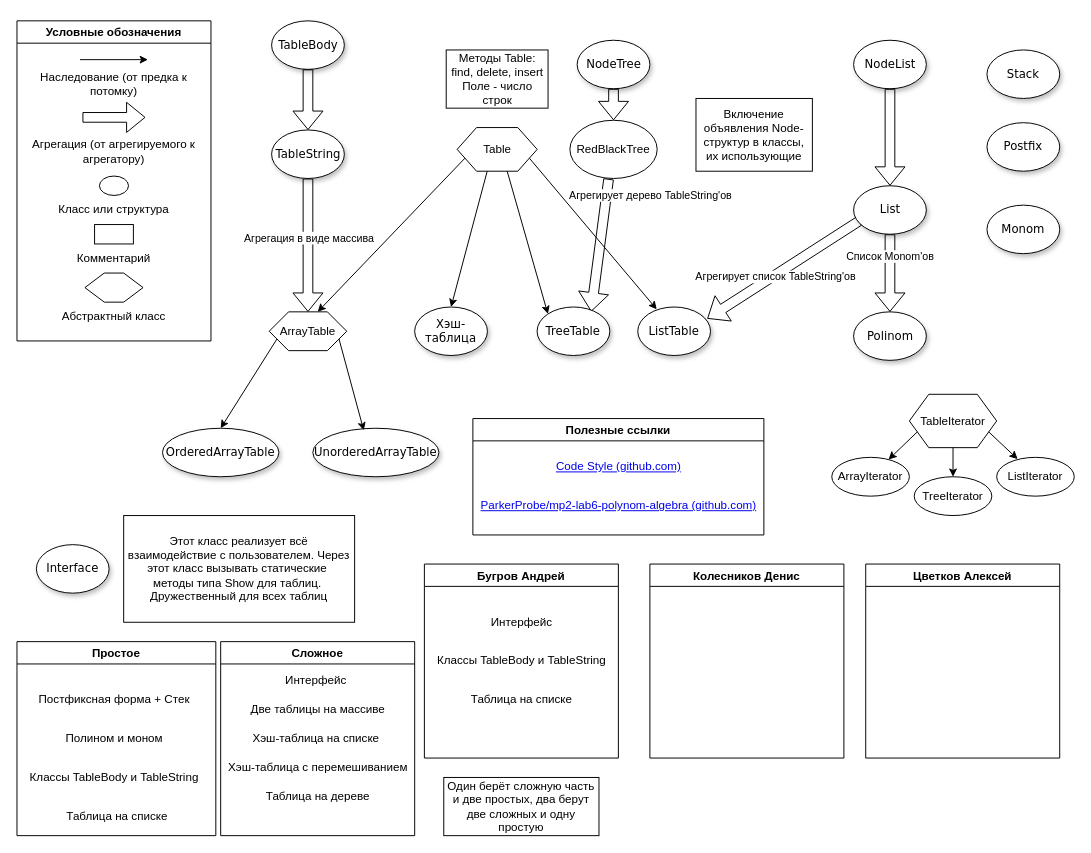
Before: Class_Diagram.drawio in ParkerProbe/mp2-lab6-polynom-algebra, a draw.io diagram. Source tidied: cells renumbered, new cells numbered last; positions are measured from the earlier drawing's top-left corner, leaving out a move shared by most shapes. Both pictures are drawn from the tidied source at 97%, with x=0, y=0 at pixel (16, 20).
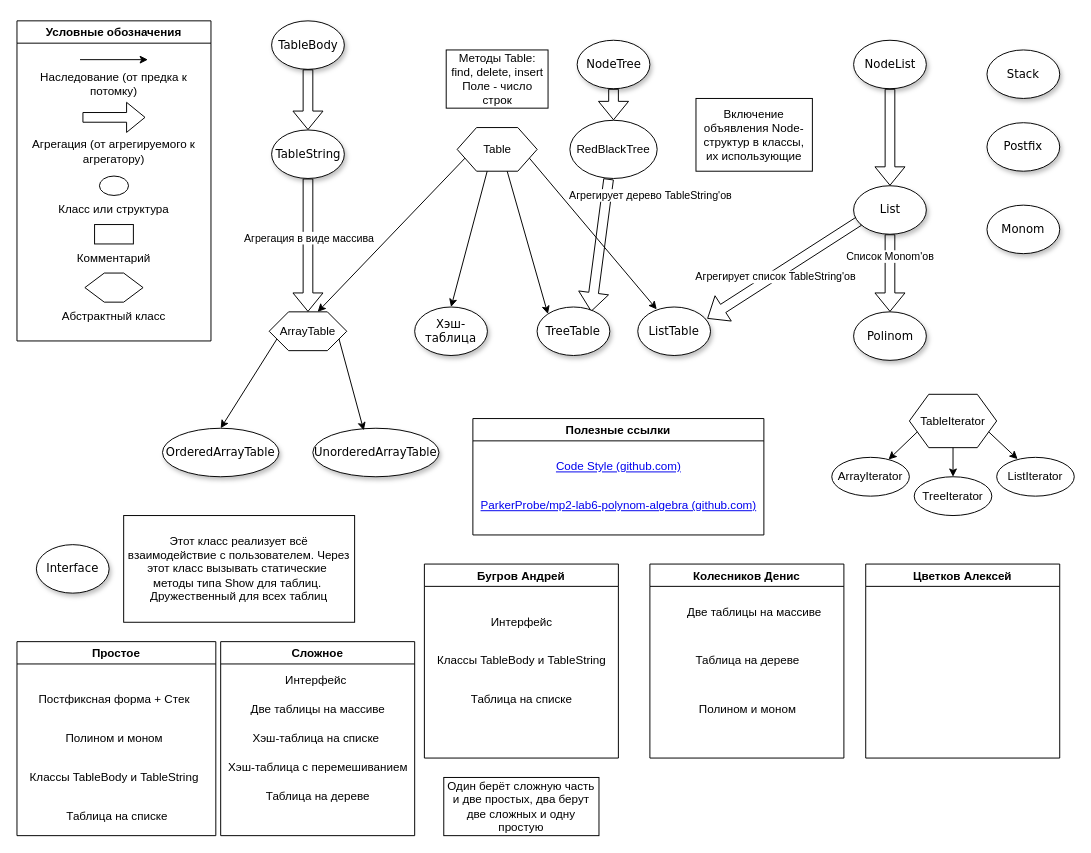
Above is the later version.

Unchanged cells that the change refers to:
```xml
<mxCell id="65" value="Колесников Денис" style="swimlane;" parent="1" vertex="1">
  <mxGeometry x="652.5" y="560" width="200" height="200" as="geometry" />
</mxCell>
```

What changed in the source:
```diff
@@
+    <mxCell id="79" value="Две таблицы на массиве" style="text;html=1;align=center;verticalAlign=middle;strokeColor=none;fillColor=none;" parent="65" vertex="1">
+      <mxGeometry x="32.5" y="40" width="150" height="20" as="geometry" />
+    </mxCell>
+    <mxCell id="80" value="Полином и моном" style="text;html=1;align=center;verticalAlign=middle;strokeColor=none;fillColor=none;" parent="65" vertex="1">
+      <mxGeometry x="40" y="140" width="120" height="20" as="geometry" />
+    </mxCell>
+    <mxCell id="81" value="Таблица на дереве" style="text;html=1;align=center;verticalAlign=middle;strokeColor=none;fillColor=none;" parent="65" vertex="1">
+      <mxGeometry x="40" y="90" width="120" height="20" as="geometry" />
+    </mxCell>
```
